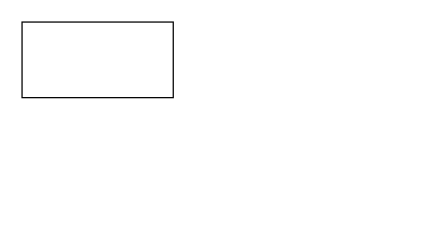
fourdsmart-weather/fourdsmart-weather-airquality keeps this draw.io diagram as 未命名绘图.drawio. Above is the earlier version. Source tidied: cells renumbered, new cells numbered last; positions are measured from the earlier drawing's top-left corner, leaving out a move shared by most shapes. Both pictures are drawn from the tidied source at 126%, with x=0, y=0 at pixel (21, 21).
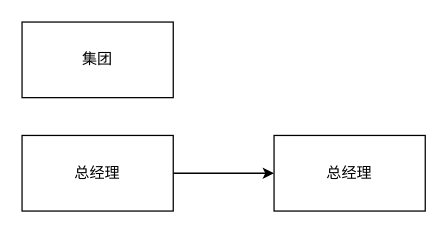
After the change.

What changed in the source:
```diff
@@
 <mxGraphModel>
   <root>
     <mxCell id="0" />
     <mxCell id="1" parent="0" />
-    <mxCell id="2" style="rounded=0;whiteSpace=wrap;html=1;" parent="1" vertex="1">
+    <mxCell id="2" value="集团" style="rounded=0;whiteSpace=wrap;html=1;" parent="1" vertex="1">
       <mxGeometry width="120" height="60" as="geometry" />
     </mxCell>
+    <mxCell id="3" style="edgeStyle=orthogonalEdgeStyle;rounded=0;jettySize=auto;html=1;" parent="1" edge="1" source="4" target="5">
+      <mxGeometry relative="1" as="geometry" />
+    </mxCell>
+    <mxCell id="4" value="总经理" style="rounded=0;whiteSpace=wrap;html=1;" parent="1" vertex="1">
+      <mxGeometry y="90" width="120" height="60" as="geometry" />
+    </mxCell>
+    <mxCell id="5" value="总经理" style="rounded=0;whiteSpace=wrap;html=1;" parent="1" vertex="1">
+      <mxGeometry x="200" y="90" width="120" height="60" as="geometry" />
+    </mxCell>
   </root>
 </mxGraphModel>
```
